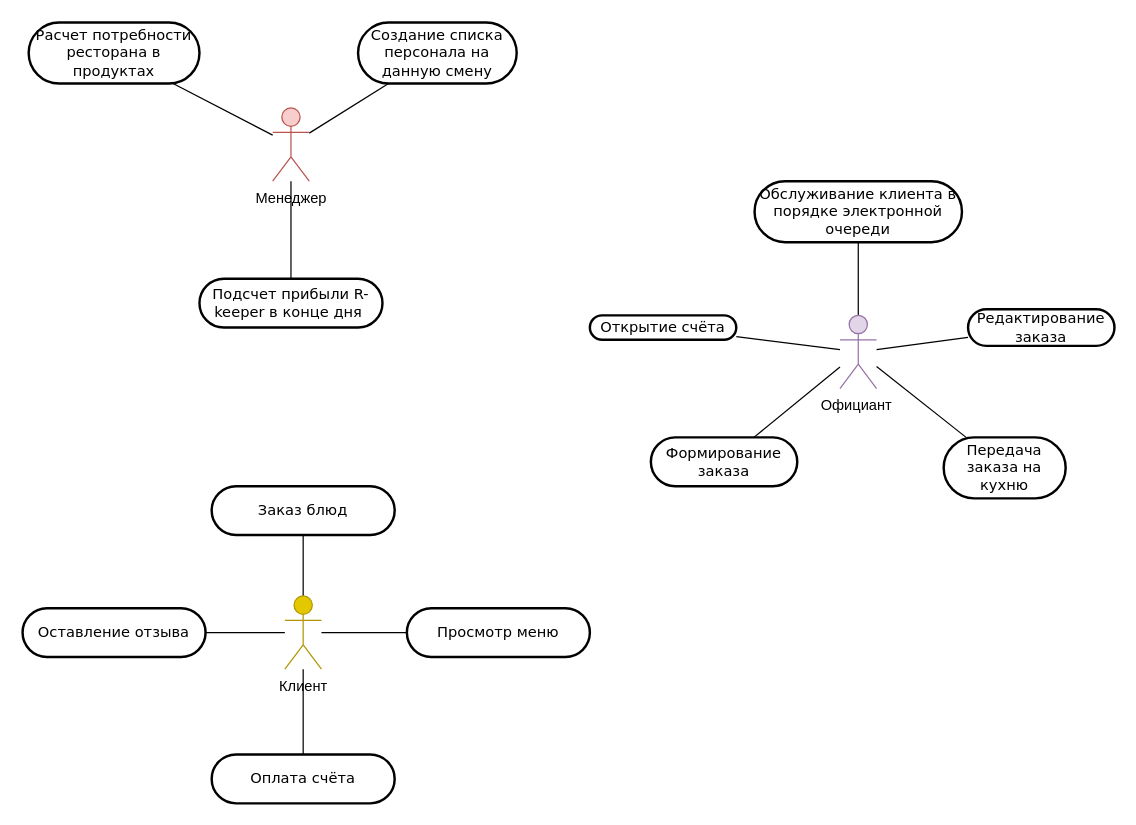
The draw.io diagram Use Case Diagram.drawio in maria-kuchina262002/mypracticework, before the edit. Source tidied: cells renumbered, new cells numbered last; positions are measured from the earlier drawing's top-left corner, leaving out a move shared by most shapes. Both pictures are drawn from the tidied source at 122%, with x=0, y=0 at pixel (22, 22).
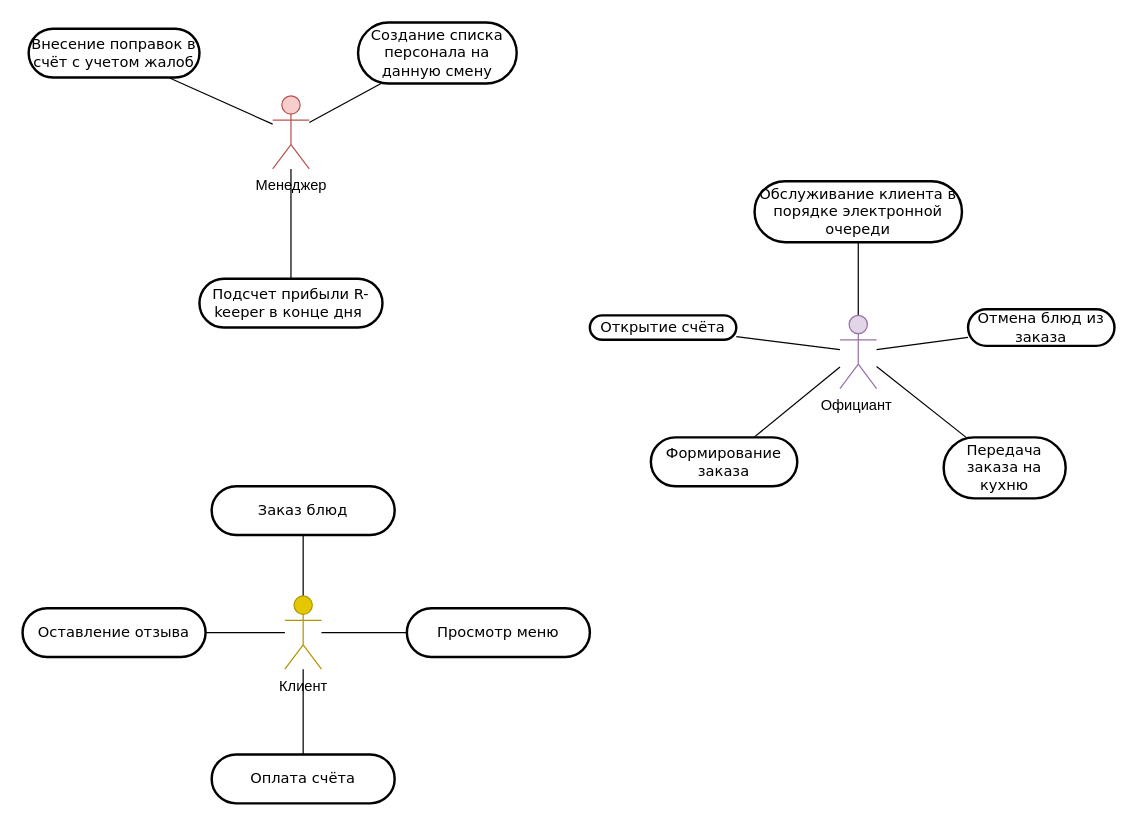
Above is the later version.

Diff of the diagram source:
```diff
@@
-    <mxCell id="2" value="&lt;span&gt;Расчет потребности ресторана в продуктах&lt;/span&gt;" style="whiteSpace=wrap;html=1;rounded=1;shadow=0;comic=0;labelBackgroundColor=none;strokeWidth=2;fontFamily=Verdana;fontSize=12;align=center;arcSize=50;" parent="1" vertex="1">
-      <mxGeometry x="5" width="140" height="50" as="geometry" />
+    <mxCell id="2" value="Внесение поправок в счёт с учетом жалоб" style="whiteSpace=wrap;html=1;rounded=1;shadow=0;comic=0;labelBackgroundColor=none;strokeWidth=2;fontFamily=Verdana;fontSize=12;align=center;arcSize=50;" parent="1" vertex="1">
+      <mxGeometry x="5" y="5" width="140" height="40" as="geometry" />
     </mxCell>
@@
-    <mxCell id="6" value="Редактирование заказа" style="whiteSpace=wrap;html=1;rounded=1;shadow=0;comic=0;labelBackgroundColor=none;strokeWidth=2;fontFamily=Verdana;fontSize=12;align=center;arcSize=50;" parent="1" vertex="1">
+    <mxCell id="6" value="Отмена блюд из заказа" style="whiteSpace=wrap;html=1;rounded=1;shadow=0;comic=0;labelBackgroundColor=none;strokeWidth=2;fontFamily=Verdana;fontSize=12;align=center;arcSize=50;" parent="1" vertex="1">
       <mxGeometry x="775" y="235" width="120" height="30" as="geometry" />
     </mxCell>
@@
     <mxCell id="13" value="Менеджер" style="shape=umlActor;verticalLabelPosition=bottom;verticalAlign=top;html=1;outlineConnect=0;fillColor=#f8cecc;strokeColor=#b85450;" parent="1" vertex="1">
-      <mxGeometry x="205" y="70" width="30" height="60" as="geometry" />
+      <mxGeometry x="205" y="60" width="30" height="60" as="geometry" />
     </mxCell>
```
